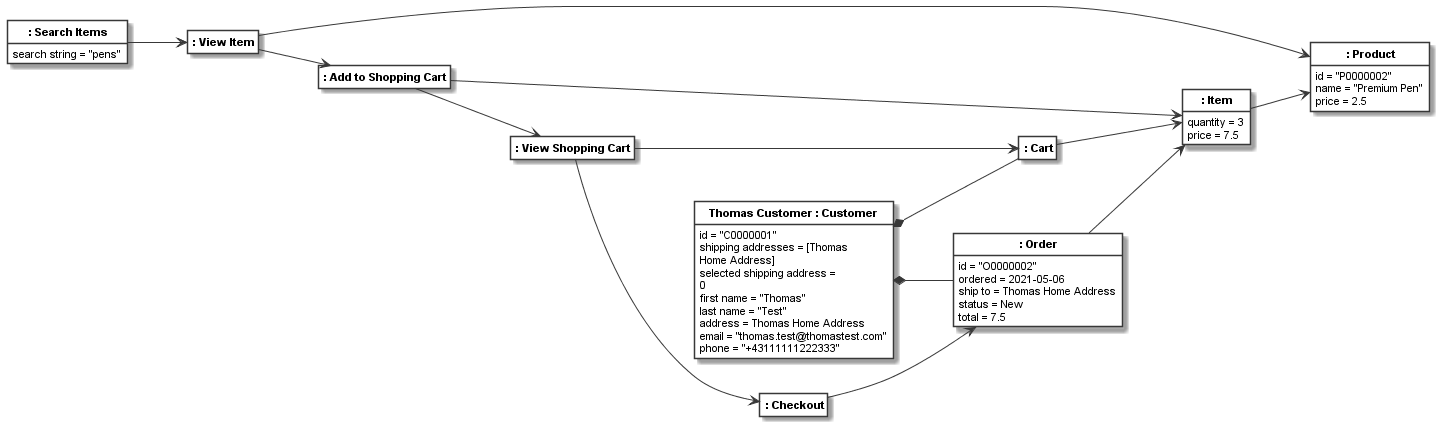
Above: docsrc/source/images/shopping_trace_object_model_with_objects.png in uzdun/CodeableModels (PlantUML), before the change.
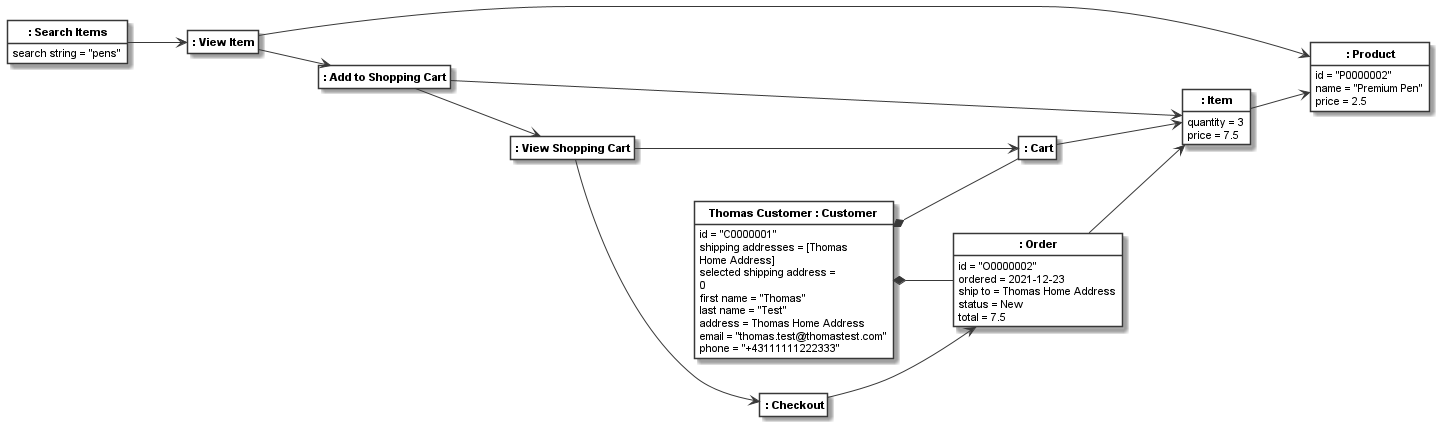
Later version of the same file.

What changed in the source:
```diff
@@ -36,7 +36,7 @@
 
 class "<b> : Order</b>" as __7_None {
 id = "O0000002"
-ordered = 2021-05-06
+ordered = 2021-12-23
 ship to = Thomas Home Address
 status = New
 total = 7.5
```
